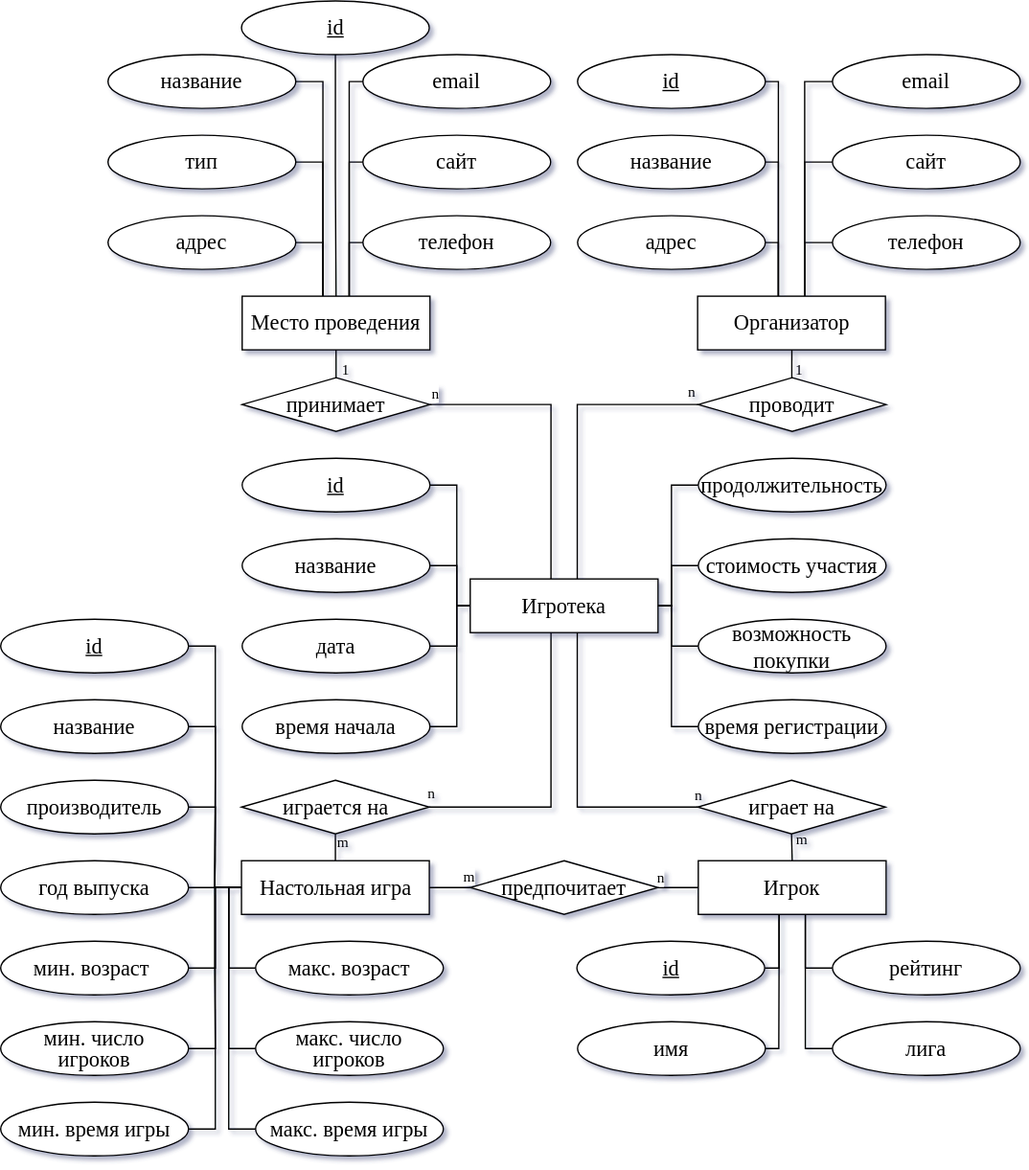
Before: docs/img/ER.svg, a diagram exported from draw.io (MyMiDiII/bmstu-sd). Source tidied: cells renumbered, new cells last; positions are measured from the earlier drawing's top-left corner, leaving out a move shared by most shapes.
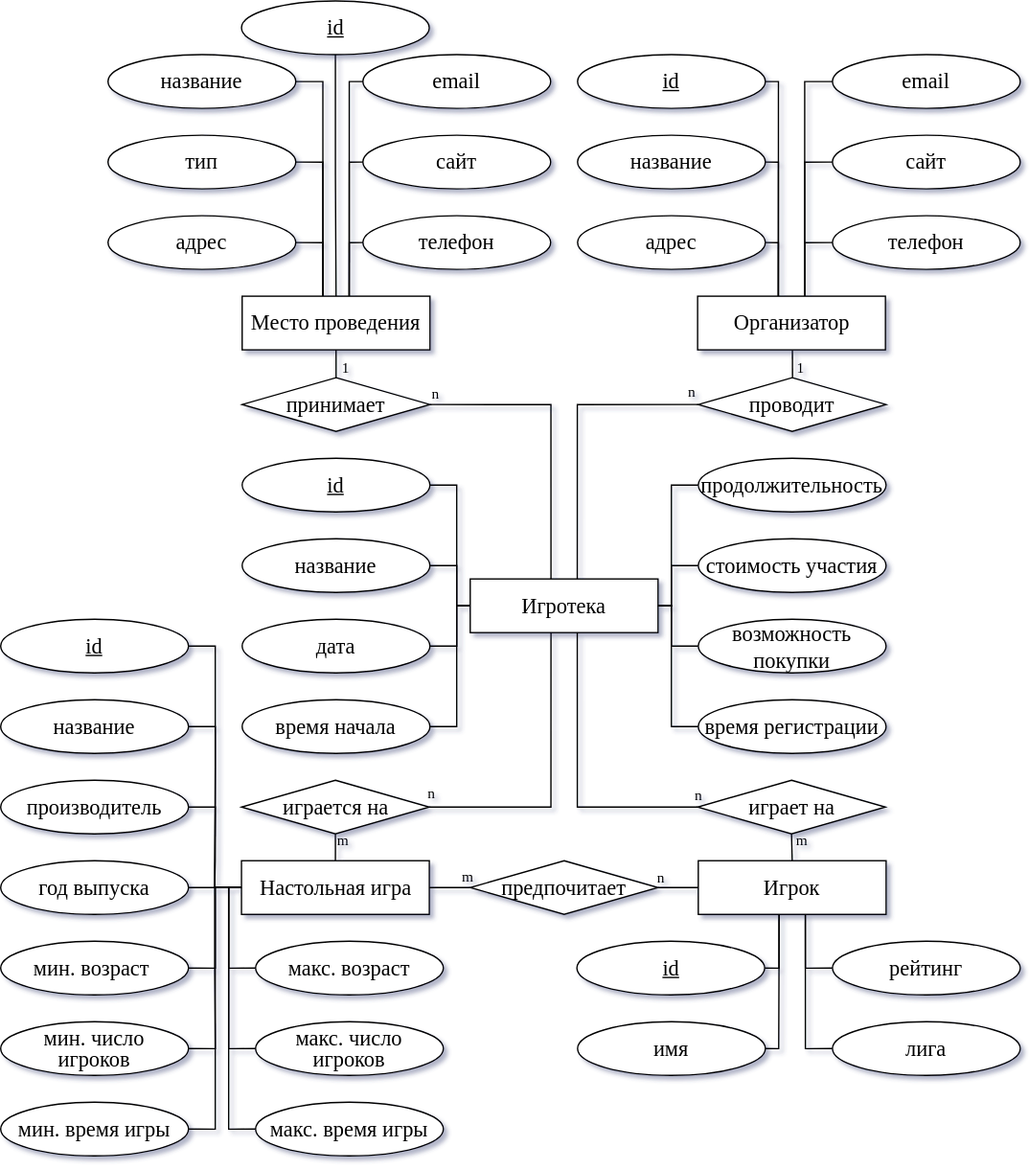
After the commit.

The edit, as a diff of the source:
```diff
@@ -29,7 +29,7 @@
     <mxCell id="6" style="edgeStyle=orthogonalEdgeStyle;shape=connector;rounded=0;jettySize=auto;html=1;entryX=1;entryY=0.5;entryDx=0;entryDy=0;labelBackgroundColor=default;fontFamily=Times New Roman;fontSize=11;fontColor=default;endArrow=none;endFill=0;strokeColor=default;exitX=0.43;exitY=0;exitDx=0;exitDy=0;exitPerimeter=0;" parent="1" edge="1" source="13" target="33">
       <mxGeometry relative="1" as="geometry" />
     </mxCell>
-    <mxCell id="7" value="n" style="edgeLabel;html=1;align=center;verticalAlign=middle;fontSize=11;fontFamily=Times New Roman;fontColor=default;" parent="6" vertex="1">
+    <mxCell id="7" value="n" style="edgeLabel;html=1;align=center;verticalAlign=middle;fontSize=11;fontFamily=Times New Roman;fontColor=default;labelBackgroundColor=none;" parent="6" vertex="1">
       <mxGeometry x="0.22" relative="1" as="geometry">
         <mxPoint x="-83" y="-9" as="offset" />
       </mxGeometry>
@@ -413,7 +413,7 @@
         </Array>
       </mxGeometry>
     </mxCell>
-    <mxCell id="96" value="n" style="edgeLabel;html=1;align=center;verticalAlign=middle;fontFamily=Times New Roman;" parent="95" vertex="1">
+    <mxCell id="96" value="n" style="edgeLabel;html=1;align=center;verticalAlign=middle;fontFamily=Times New Roman;labelBackgroundColor=none;" parent="95" vertex="1">
       <mxGeometry x="-0.74" y="-1" relative="1" as="geometry">
         <mxPoint x="-3" y="-9" as="offset" />
       </mxGeometry>
@@ -426,7 +426,7 @@
         </Array>
       </mxGeometry>
     </mxCell>
-    <mxCell id="98" value="m" style="edgeLabel;html=1;align=center;verticalAlign=middle;fontFamily=Times New Roman;" parent="97" vertex="1">
+    <mxCell id="98" value="m" style="edgeLabel;html=1;align=center;verticalAlign=middle;fontFamily=Times New Roman;labelBackgroundColor=none;" parent="97" vertex="1">
       <mxGeometry x="-0.71" y="3" relative="1" as="geometry">
         <mxPoint x="2" y="-12" as="offset" />
       </mxGeometry>
```
